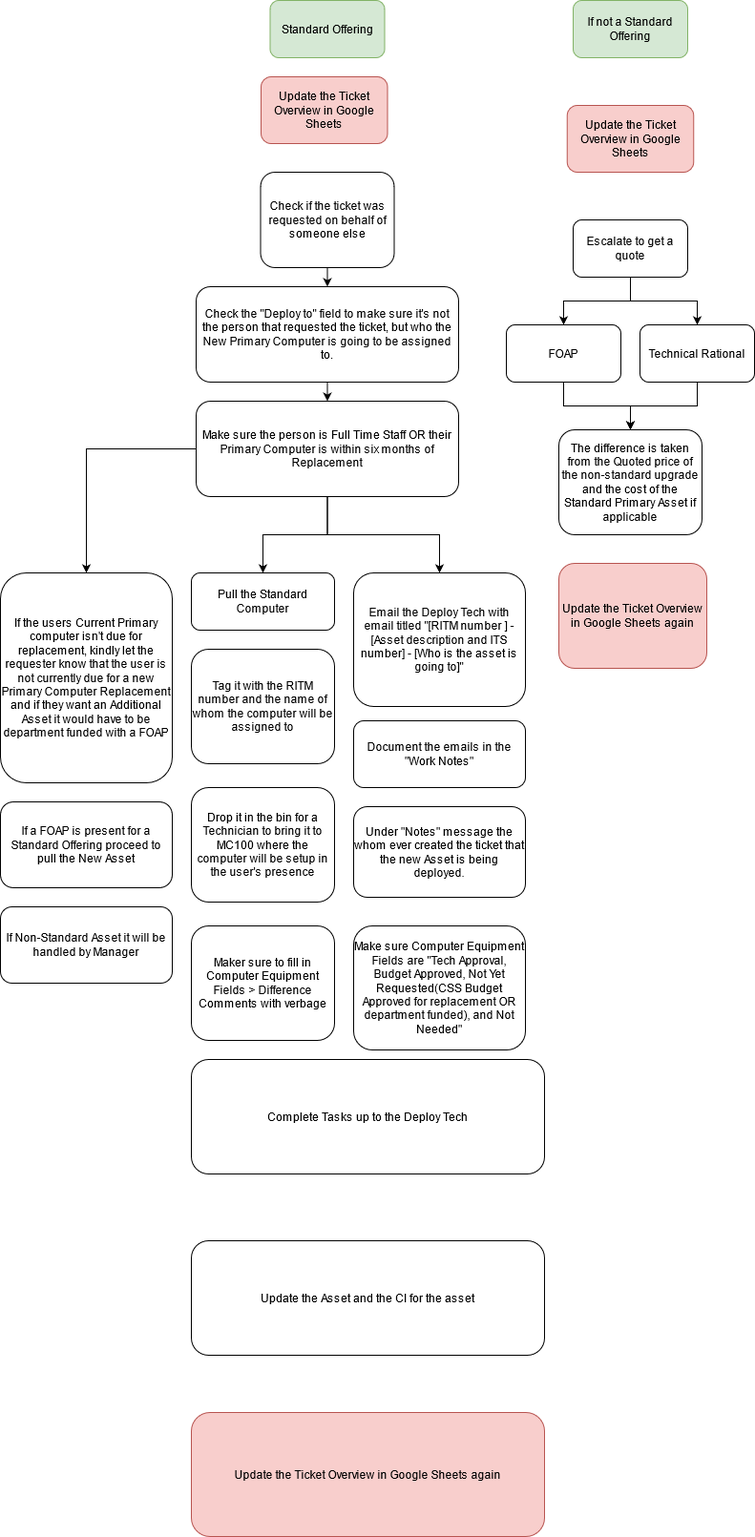
Before: Untitled Diagram.drawio.png, a diagram exported from draw.io (KevinWongCS/USFUSF). Source tidied: cells renumbered, new cells last; positions are measured from the earlier drawing's top-left corner, leaving out a move shared by most shapes.
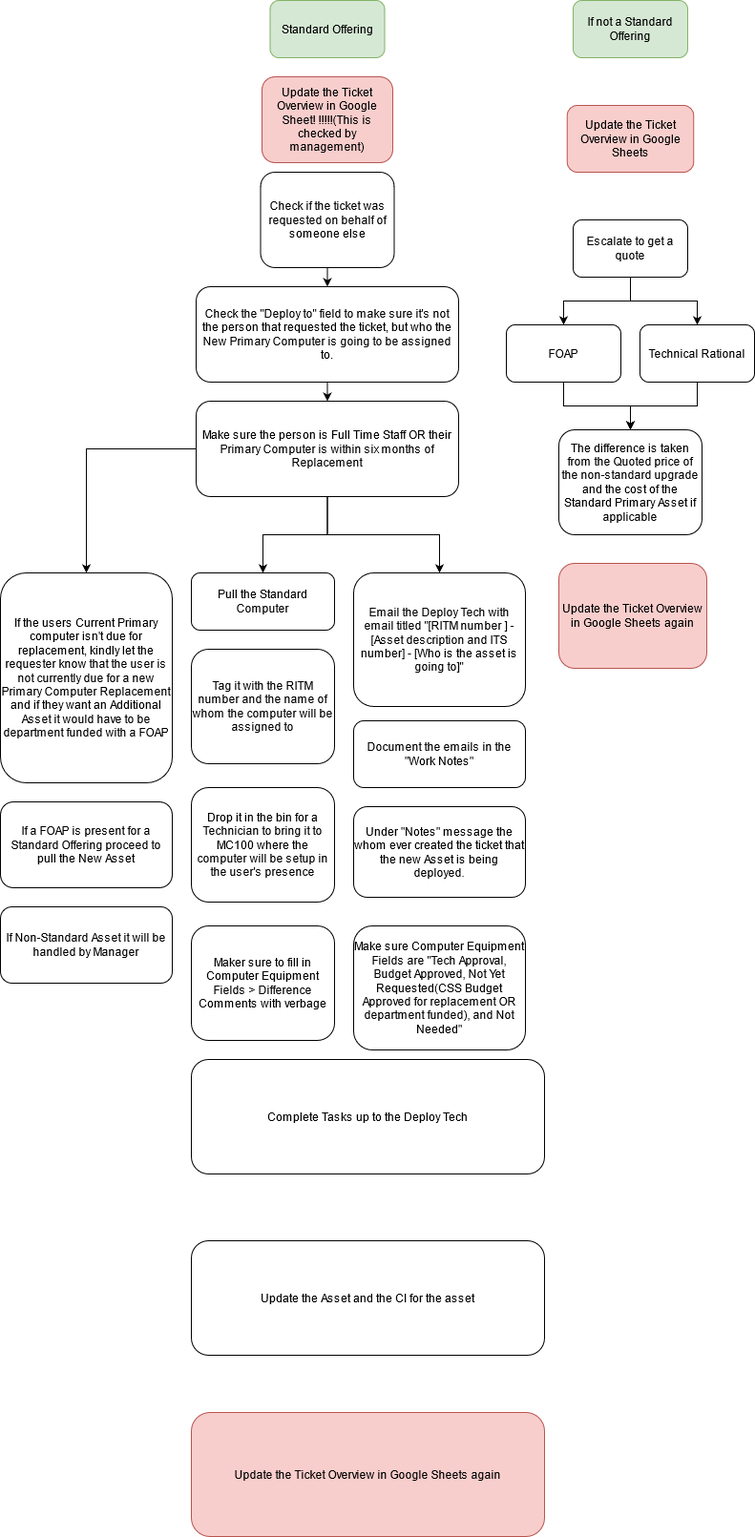
The same file after the commit.

Diff of the diagram source:
```diff
@@ -25,8 +25,8 @@
     <mxCell id="8" value="Tag it with the RITM number and the name of whom the computer will be assigned to" style="rounded=1;whiteSpace=wrap;html=1;" parent="1" vertex="1">
       <mxGeometry x="200" y="680" width="150" height="120" as="geometry" />
     </mxCell>
-    <mxCell id="9" value="Update the Ticket Overview in Google Sheets " style="rounded=1;whiteSpace=wrap;html=1;fillColor=#f8cecc;strokeColor=#b85450;" parent="1" vertex="1">
-      <mxGeometry x="273" y="80" width="132.5" height="70" as="geometry" />
+    <mxCell id="9" value="Update the Ticket Overview in Google Sheet! !!!!!(This is checked by management)" style="rounded=1;whiteSpace=wrap;html=1;fillColor=#f8cecc;strokeColor=#b85450;" parent="1" vertex="1">
+      <mxGeometry x="274" y="80" width="137" height="90" as="geometry" />
     </mxCell>
     <mxCell id="10" style="edgeStyle=orthogonalEdgeStyle;rounded=0;jettySize=auto;html=1;entryX=0.5;entryY=0;entryDx=0;entryDy=0;" parent="1" edge="1" source="13" target="15">
       <mxGeometry relative="1" as="geometry" />
```
